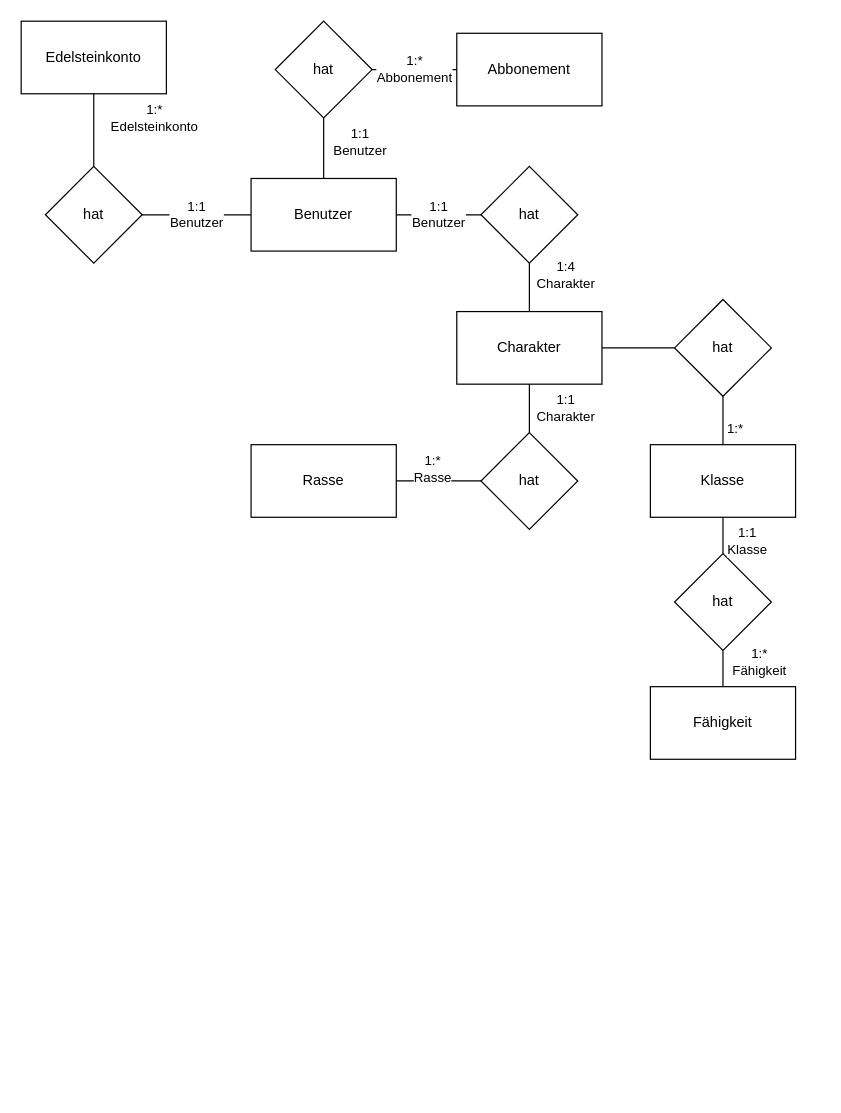
This is page "Page-1" (1 of 2) of Datenbanken_Milan.drawio from mitmirzutun/Datenbanken, a draw.io file, before an edit. Source tidied: cells renumbered, new cells numbered last; positions are measured from the earlier drawing's top-left corner, leaving out a move shared by most shapes. Both pictures are drawn from the tidied source at 121%, with x=0, y=0 at pixel (21, 21).
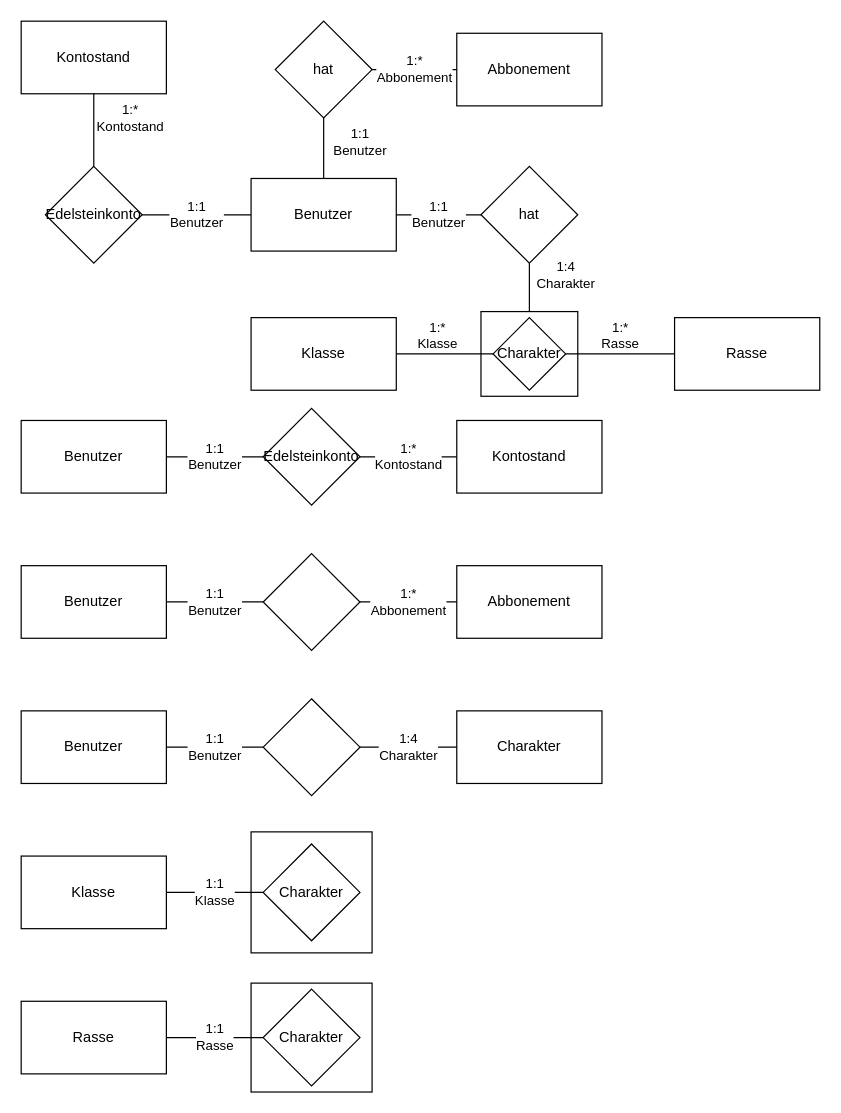
Above is the later version.

What changed in the source:
```diff
@@
-    <mxCell id="7" value="Edelsteinkonto" style="rounded=0;whiteSpace=wrap;html=1;" parent="1" vertex="1">
+    <mxCell id="7" value="Kontostand" style="rounded=0;whiteSpace=wrap;html=1;" parent="1" vertex="1">
       <mxGeometry width="120" height="60" as="geometry" />
     </mxCell>
-    <mxCell id="8" value="1:*&lt;br&gt;Edelsteinkonto" style="endArrow=none;html=1;exitX=0.5;exitY=1;exitDx=0;exitDy=0;entryX=0.5;entryY=0;entryDx=0;entryDy=0;" parent="1" edge="1" source="7" target="23">
-      <mxGeometry x="-0.33" y="50" relative="1" as="geometry" />
+    <mxCell id="8" value="1:*&lt;br&gt;Kontostand" style="endArrow=none;html=1;exitX=0.5;exitY=1;exitDx=0;exitDy=0;entryX=0.5;entryY=0;entryDx=0;entryDy=0;" parent="1" edge="1" source="7" target="23">
+      <mxGeometry x="-0.33" y="30" relative="1" as="geometry" />
     </mxCell>
@@
-    <mxCell id="10" value="Charakter" style="rounded=0;whiteSpace=wrap;html=1;" parent="1" vertex="1">
-      <mxGeometry x="360" y="240" width="120" height="60" as="geometry" />
+    <mxCell id="10" style="rounded=0;whiteSpace=wrap;html=1;" parent="1" vertex="1">
+      <mxGeometry x="380" y="240" width="80" height="70" as="geometry" />
     </mxCell>
-    <mxCell id="11" value="Rasse" style="rounded=0;whiteSpace=wrap;html=1;" parent="1" vertex="1">
-      <mxGeometry x="190" y="350" width="120" height="60" as="geometry" />
-    </mxCell>
-    <mxCell id="12" value="Fähigkeit" style="rounded=0;whiteSpace=wrap;html=1;" parent="1" vertex="1">
-      <mxGeometry x="520" y="550" width="120" height="60" as="geometry" />
-    </mxCell>
-    <mxCell id="13" value="Klasse" style="rounded=0;whiteSpace=wrap;html=1;" parent="1" vertex="1">
-      <mxGeometry x="520" y="350" width="120" height="60" as="geometry" />
-    </mxCell>
-    <mxCell id="14" value="1:*" style="endArrow=none;html=1;exitX=0.5;exitY=1;exitDx=0;exitDy=0;" parent="1" edge="1" source="21" target="13">
-      <mxGeometry x="0.33" y="10" relative="1" as="geometry" />
-    </mxCell>
-    <mxCell id="15" value="1:*&lt;br&gt;Fähigkeit" style="endArrow=none;html=1;entryX=0.5;entryY=1;entryDx=0;entryDy=0;" parent="1" edge="1" source="12" target="17">
-      <mxGeometry x="0.33" y="-30" relative="1" as="geometry" />
-    </mxCell>
-    <mxCell id="16" value="1:*&lt;br&gt;Rasse" style="endArrow=none;html=1;entryX=0;entryY=0.5;entryDx=0;entryDy=0;exitX=1;exitY=0.5;exitDx=0;exitDy=0;" parent="1" edge="1" source="11" target="19">
-      <mxGeometry x="-0.14" y="10" relative="1" as="geometry" />
-    </mxCell>
-    <mxCell id="17" value="hat" style="rhombus;whiteSpace=wrap;html=1;" parent="1" vertex="1">
-      <mxGeometry x="540" y="440" width="80" height="80" as="geometry" />
-    </mxCell>
-    <mxCell id="18" value="1:1&lt;br&gt;Klasse" style="endArrow=none;html=1;entryX=0.5;entryY=0;entryDx=0;entryDy=0;exitX=0.5;exitY=1;exitDx=0;exitDy=0;" parent="1" edge="1" source="13" target="17">
-      <mxGeometry x="0.33" y="20" relative="1" as="geometry" />
-    </mxCell>
-    <mxCell id="19" value="hat" style="rhombus;whiteSpace=wrap;html=1;" parent="1" vertex="1">
-      <mxGeometry x="380" y="340" width="80" height="80" as="geometry" />
-    </mxCell>
-    <mxCell id="20" value="1:1&lt;br&gt;Charakter" style="endArrow=none;html=1;entryX=0.5;entryY=0;entryDx=0;entryDy=0;exitX=0.5;exitY=1;exitDx=0;exitDy=0;" parent="1" edge="1" source="10" target="19">
-      <mxGeometry y="30" relative="1" as="geometry" />
-    </mxCell>
-    <mxCell id="21" value="hat" style="rhombus;whiteSpace=wrap;html=1;" parent="1" vertex="1">
-      <mxGeometry x="540" y="230" width="80" height="80" as="geometry" />
-    </mxCell>
@@
-    <mxCell id="23" value="hat" style="rhombus;whiteSpace=wrap;html=1;" parent="1" vertex="1">
+    <mxCell id="23" value="Edelsteinkonto" style="rhombus;whiteSpace=wrap;html=1;" parent="1" vertex="1">
       <mxGeometry x="20" y="120" width="80" height="80" as="geometry" />
     </mxCell>
-    <mxCell id="24" style="endArrow=none;html=1;entryX=0;entryY=0.5;entryDx=0;entryDy=0;exitX=1;exitY=0.5;exitDx=0;exitDy=0;" parent="1" edge="1" source="10" target="21">
-      <mxGeometry relative="1" as="geometry" />
-    </mxCell>
@@
+    <mxCell id="27" value="Charakter" style="rhombus;whiteSpace=wrap;html=1;" parent="1" vertex="1">
+      <mxGeometry x="390" y="245" width="60" height="60" as="geometry" />
+    </mxCell>
+    <mxCell id="28" value="1:*&lt;br&gt;Klasse" style="endArrow=none;html=1;exitX=0;exitY=0.5;exitDx=0;exitDy=0;entryX=1;entryY=0.5;entryDx=0;entryDy=0;" parent="1" edge="1" source="27" target="30">
+      <mxGeometry x="0.14" y="-15" relative="1" as="geometry" />
+    </mxCell>
+    <mxCell id="29" value="Rasse" style="rounded=0;whiteSpace=wrap;html=1;" parent="1" vertex="1">
+      <mxGeometry x="540" y="245" width="120" height="60" as="geometry" />
+    </mxCell>
+    <mxCell id="30" value="Klasse" style="rounded=0;whiteSpace=wrap;html=1;" parent="1" vertex="1">
+      <mxGeometry x="190" y="245" width="120" height="60" as="geometry" />
+    </mxCell>
+    <mxCell id="16" value="1:*&lt;br&gt;Rasse" style="endArrow=none;html=1;entryX=0;entryY=0.5;entryDx=0;entryDy=0;exitX=1;exitY=0.5;exitDx=0;exitDy=0;" parent="1" edge="1" source="27" target="29">
+      <mxGeometry y="15" relative="1" as="geometry" />
+    </mxCell>
+    <mxCell id="31" value="Benutzer" style="rounded=0;whiteSpace=wrap;html=1;" parent="1" vertex="1">
+      <mxGeometry y="330" width="120" height="60" as="geometry" />
+    </mxCell>
+    <mxCell id="32" value="Benutzer" style="rounded=0;whiteSpace=wrap;html=1;" parent="1" vertex="1">
+      <mxGeometry y="450" width="120" height="60" as="geometry" />
+    </mxCell>
+    <mxCell id="33" value="Benutzer" style="rounded=0;whiteSpace=wrap;html=1;" parent="1" vertex="1">
+      <mxGeometry y="570" width="120" height="60" as="geometry" />
+    </mxCell>
+    <mxCell id="34" value="Klasse" style="rounded=0;whiteSpace=wrap;html=1;" parent="1" vertex="1">
+      <mxGeometry y="690" width="120" height="60" as="geometry" />
+    </mxCell>
+    <mxCell id="35" value="Edelsteinkonto" style="rhombus;whiteSpace=wrap;html=1;" parent="1" vertex="1">
+      <mxGeometry x="200" y="320" width="80" height="80" as="geometry" />
+    </mxCell>
+    <mxCell id="36" style="rhombus;whiteSpace=wrap;html=1;" parent="1" vertex="1">
+      <mxGeometry x="200" y="440" width="80" height="80" as="geometry" />
+    </mxCell>
+    <mxCell id="37" style="rhombus;whiteSpace=wrap;html=1;" parent="1" vertex="1">
+      <mxGeometry x="200" y="560" width="80" height="80" as="geometry" />
+    </mxCell>
+    <mxCell id="38" value="Kontostand" style="rounded=0;whiteSpace=wrap;html=1;" parent="1" vertex="1">
+      <mxGeometry x="360" y="330" width="120" height="60" as="geometry" />
+    </mxCell>
+    <mxCell id="39" value="Abbonement" style="rounded=0;whiteSpace=wrap;html=1;" parent="1" vertex="1">
+      <mxGeometry x="360" y="450" width="120" height="60" as="geometry" />
+    </mxCell>
+    <mxCell id="40" value="Charakter" style="rounded=0;whiteSpace=wrap;html=1;" parent="1" vertex="1">
+      <mxGeometry x="360" y="570" width="120" height="60" as="geometry" />
+    </mxCell>
+    <mxCell id="41" style="rounded=0;whiteSpace=wrap;html=1;" parent="1" vertex="1">
+      <mxGeometry x="190" y="670" width="100" height="100" as="geometry" />
+    </mxCell>
+    <mxCell id="18" value="1:1&lt;br&gt;Klasse" style="endArrow=none;html=1;exitX=1;exitY=0.5;exitDx=0;exitDy=0;entryX=0;entryY=0.5;entryDx=0;entryDy=0;" parent="1" edge="1" source="34" target="49">
+      <mxGeometry relative="1" as="geometry" />
+    </mxCell>
+    <mxCell id="42" value="1:1&lt;br&gt;Benutzer" style="endArrow=none;html=1;exitX=1;exitY=0.5;exitDx=0;exitDy=0;" parent="1" edge="1" source="33" target="37">
+      <mxGeometry relative="1" as="geometry" />
+    </mxCell>
+    <mxCell id="43" value="1:1&lt;br&gt;Benutzer" style="endArrow=none;html=1;exitX=1;exitY=0.5;exitDx=0;exitDy=0;entryX=0;entryY=0.5;entryDx=0;entryDy=0;" parent="1" edge="1" source="32" target="36">
+      <mxGeometry relative="1" as="geometry" />
+    </mxCell>
+    <mxCell id="44" value="1:1&lt;br&gt;Benutzer" style="endArrow=none;html=1;exitX=1;exitY=0.5;exitDx=0;exitDy=0;" parent="1" edge="1" source="31" target="35">
+      <mxGeometry relative="1" as="geometry" />
+    </mxCell>
+    <mxCell id="45" value="Rasse" style="rounded=0;whiteSpace=wrap;html=1;" parent="1" vertex="1">
+      <mxGeometry y="810" width="120" height="60" as="geometry" />
+    </mxCell>
+    <mxCell id="46" style="rounded=0;whiteSpace=wrap;html=1;" parent="1" vertex="1">
+      <mxGeometry x="190" y="795" width="100" height="90" as="geometry" />
+    </mxCell>
+    <mxCell id="47" value="Charakter" style="rhombus;whiteSpace=wrap;html=1;" parent="1" vertex="1">
+      <mxGeometry x="200" y="800" width="80" height="80" as="geometry" />
+    </mxCell>
+    <mxCell id="48" value="1:1&lt;br&gt;Rasse" style="endArrow=none;html=1;exitX=1;exitY=0.5;exitDx=0;exitDy=0;" parent="1" edge="1" source="45" target="47">
+      <mxGeometry relative="1" as="geometry" />
+    </mxCell>
+    <mxCell id="49" value="Charakter" style="rhombus;whiteSpace=wrap;html=1;" parent="1" vertex="1">
+      <mxGeometry x="200" y="680" width="80" height="80" as="geometry" />
+    </mxCell>
+    <mxCell id="50" value="1:4&lt;br&gt;Charakter" style="endArrow=none;html=1;exitX=1;exitY=0.5;exitDx=0;exitDy=0;" parent="1" edge="1" source="37" target="40">
+      <mxGeometry relative="1" as="geometry" />
+    </mxCell>
+    <mxCell id="51" value="1:*&lt;br&gt;Abbonement" style="endArrow=none;html=1;entryX=0;entryY=0.5;entryDx=0;entryDy=0;" parent="1" edge="1" source="36" target="39">
+      <mxGeometry relative="1" as="geometry" />
+    </mxCell>
+    <mxCell id="52" value="1:*&lt;br&gt;Kontostand" style="endArrow=none;html=1;exitX=1;exitY=0.5;exitDx=0;exitDy=0;entryX=0;entryY=0.5;entryDx=0;entryDy=0;" parent="1" edge="1" source="35" target="38">
+      <mxGeometry relative="1" as="geometry" />
+    </mxCell>
```
